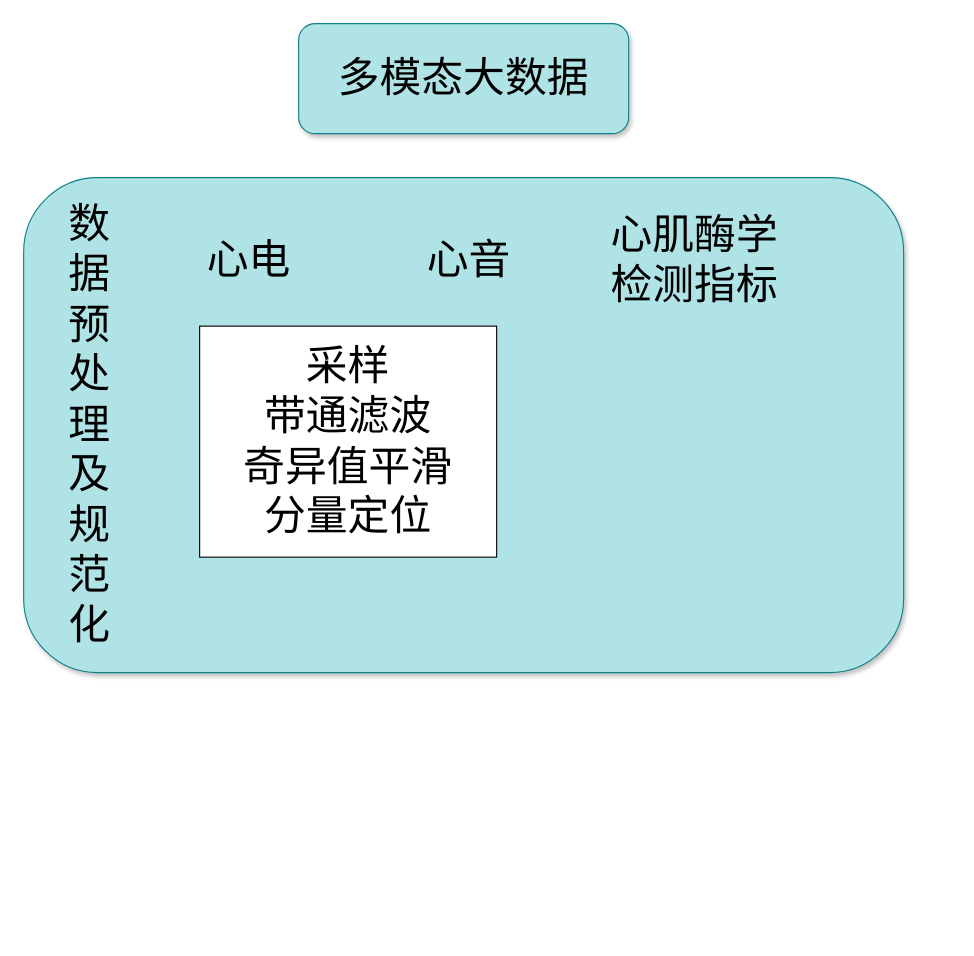
lhwjsj/Diagram keeps this draw.io diagram as 心梗前处理.drawio. Above is the earlier version. Source tidied: cells renumbered, new cells numbered last; positions are measured from the earlier drawing's top-left corner, leaving out a move shared by most shapes. Both pictures are drawn from the tidied source at 110%, with x=0, y=0 at pixel (23, 23).
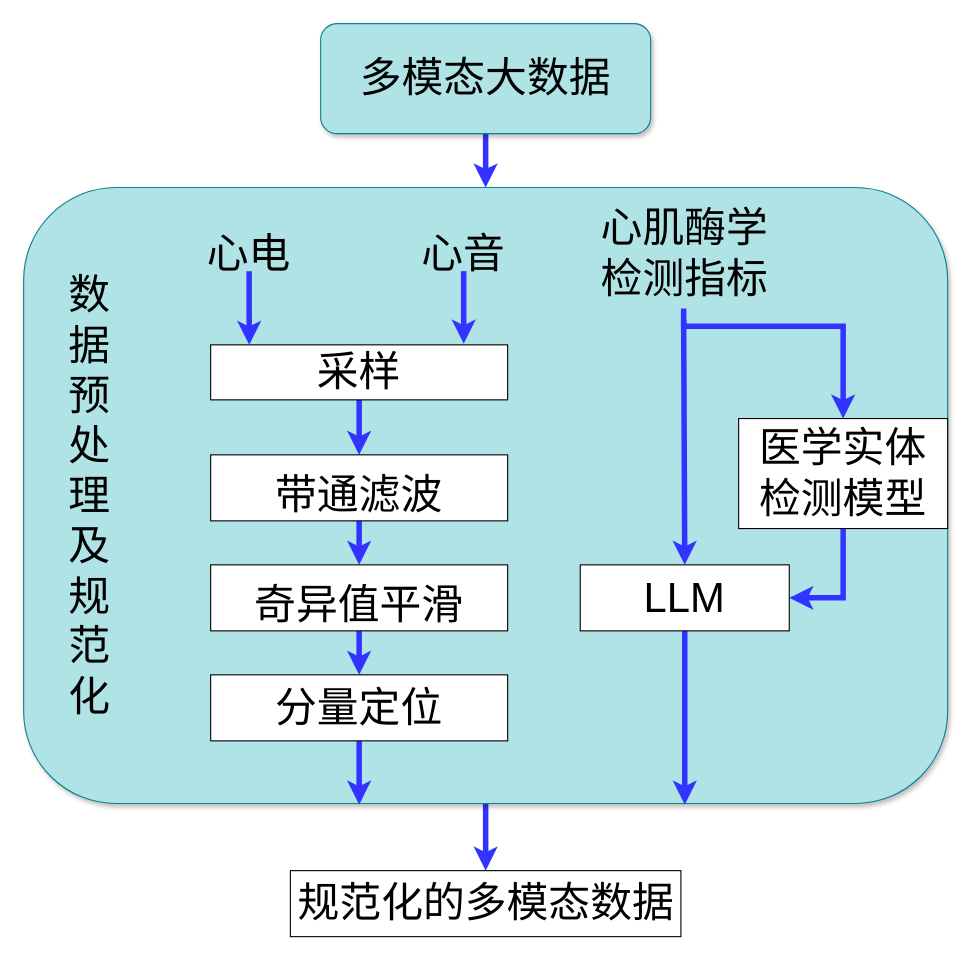
Above is the later version.

Commit message (it also covers changes not shown here):
更新心梗前处理.drawio

What changed in the source:
```diff
@@
+    <mxCell id="9" style="edgeStyle=orthogonalEdgeStyle;rounded=0;jettySize=auto;html=1;entryX=0.5;entryY=0;entryDx=0;entryDy=0;strokeWidth=5;strokeColor=#3333FF;" parent="1" edge="1" source="2" target="3">
+      <mxGeometry relative="1" as="geometry" />
+    </mxCell>
     <mxCell id="2" value="&lt;font style=&quot;font-size: 38px;&quot;&gt;多模态大数据&lt;/font&gt;" style="rounded=1;whiteSpace=wrap;html=1;shadow=1;fillColor=#b0e3e6;strokeColor=#0e8088;align=center;glass=0;" parent="1" vertex="1">
-      <mxGeometry x="250" width="300" height="100" as="geometry" />
+      <mxGeometry x="270" width="300" height="100" as="geometry" />
     </mxCell>
+    <mxCell id="10" style="edgeStyle=orthogonalEdgeStyle;rounded=0;jettySize=auto;html=1;entryX=0.5;entryY=0;entryDx=0;entryDy=0;strokeWidth=5;strokeColor=#3333FF;" parent="1" edge="1" source="3" target="27">
+      <mxGeometry relative="1" as="geometry" />
+    </mxCell>
     <mxCell id="3" style="rounded=1;whiteSpace=wrap;html=1;shadow=1;fillColor=#b0e3e6;strokeColor=#0e8088;align=center;glass=0;" parent="1" vertex="1">
-      <mxGeometry y="140" width="800" height="450" as="geometry" />
+      <mxGeometry y="149" width="840" height="560" as="geometry" />
     </mxCell>
     <mxCell id="4" value="&lt;font style=&quot;font-size: 38px;&quot;&gt;心电&lt;/font&gt;" style="text;html=1;align=center;verticalAlign=middle;whiteSpace=wrap;rounded=0;" parent="1" vertex="1">
-      <mxGeometry x="160" y="200" width="90" height="30" as="geometry" />
+      <mxGeometry x="160" y="195" width="90" height="30" as="geometry" />
     </mxCell>
     <mxCell id="5" value="&lt;font style=&quot;font-size: 38px;&quot;&gt;心音&lt;/font&gt;" style="text;html=1;align=center;verticalAlign=middle;whiteSpace=wrap;rounded=0;" parent="1" vertex="1">
-      <mxGeometry x="360" y="200" width="90" height="30" as="geometry" />
+      <mxGeometry x="355" y="195" width="90" height="30" as="geometry" />
     </mxCell>
+    <mxCell id="11" style="edgeStyle=orthogonalEdgeStyle;rounded=0;jettySize=auto;html=1;entryX=0.5;entryY=0;entryDx=0;entryDy=0;strokeWidth=5;strokeColor=#3333FF;" parent="1" edge="1" target="25">
+      <mxGeometry relative="1" as="geometry">
+        <mxPoint x="600" y="269" as="sourcePoint" />
+      </mxGeometry>
+    </mxCell>
     <mxCell id="6" value="&lt;font style=&quot;font-size: 38px;&quot;&gt;心肌酶学检测指标&lt;/font&gt;" style="text;html=1;align=center;verticalAlign=middle;whiteSpace=wrap;rounded=0;" parent="1" vertex="1">
-      <mxGeometry x="530" y="155" width="160" height="120" as="geometry" />
+      <mxGeometry x="521" y="149" width="160" height="120" as="geometry" />
     </mxCell>
-    <mxCell id="7" value="&lt;font style=&quot;font-size: 38px;&quot;&gt;采样&lt;/font&gt;&lt;div&gt;&lt;font style=&quot;font-size: 38px;&quot;&gt;带通滤波&lt;/font&gt;&lt;/div&gt;&lt;div&gt;&lt;font style=&quot;font-size: 38px;&quot;&gt;奇异值平滑&lt;/font&gt;&lt;/div&gt;&lt;div&gt;&lt;font style=&quot;font-size: 38px;&quot;&gt;分量定位&lt;/font&gt;&lt;/div&gt;" style="rounded=0;whiteSpace=wrap;html=1;" parent="1" vertex="1">
-      <mxGeometry x="160" y="275" width="270" height="210" as="geometry" />
-    </mxCell>
     <mxCell id="8" value="&lt;font face=&quot;Helvetica&quot; style=&quot;font-size: 38px;&quot;&gt;数据预处理及规范化&lt;/font&gt;" style="text;html=1;align=center;verticalAlign=middle;whiteSpace=wrap;rounded=0;" parent="1" vertex="1">
-      <mxGeometry x="30" y="165" width="60" height="400" as="geometry" />
+      <mxGeometry x="30" y="230" width="60" height="400" as="geometry" />
     </mxCell>
+    <mxCell id="12" style="edgeStyle=orthogonalEdgeStyle;rounded=0;jettySize=auto;html=1;entryX=0.5;entryY=0;entryDx=0;entryDy=0;strokeWidth=5;strokeColor=#3333FF;" parent="1" edge="1" source="13" target="15">
+      <mxGeometry relative="1" as="geometry" />
+    </mxCell>
+    <mxCell id="13" value="&lt;font style=&quot;font-size: 38px;&quot;&gt;采样&lt;/font&gt;" style="rounded=0;whiteSpace=wrap;html=1;" parent="1" vertex="1">
+      <mxGeometry x="170" y="292" width="270" height="50" as="geometry" />
+    </mxCell>
+    <mxCell id="14" style="edgeStyle=orthogonalEdgeStyle;rounded=0;jettySize=auto;html=1;entryX=0.5;entryY=0;entryDx=0;entryDy=0;strokeWidth=5;strokeColor=#3333FF;" parent="1" edge="1" source="15" target="17">
+      <mxGeometry relative="1" as="geometry" />
+    </mxCell>
+    <mxCell id="15" value="&lt;br&gt;&lt;div&gt;&lt;font style=&quot;font-size: 38px;&quot;&gt;带通滤波&lt;/font&gt;&lt;/div&gt;" style="rounded=0;whiteSpace=wrap;html=1;" parent="1" vertex="1">
+      <mxGeometry x="170" y="392" width="270" height="60" as="geometry" />
+    </mxCell>
+    <mxCell id="16" style="edgeStyle=orthogonalEdgeStyle;rounded=0;jettySize=auto;html=1;entryX=0.5;entryY=0;entryDx=0;entryDy=0;strokeWidth=5;strokeColor=#3333FF;" parent="1" edge="1" source="17" target="19">
+      <mxGeometry relative="1" as="geometry" />
+    </mxCell>
+    <mxCell id="17" value="&lt;br&gt;&lt;div&gt;&lt;font style=&quot;font-size: 38px;&quot;&gt;奇异值平滑&lt;/font&gt;&lt;/div&gt;" style="rounded=0;whiteSpace=wrap;html=1;" parent="1" vertex="1">
+      <mxGeometry x="170" y="492" width="270" height="60" as="geometry" />
+    </mxCell>
+    <mxCell id="18" style="edgeStyle=orthogonalEdgeStyle;rounded=0;jettySize=auto;html=1;strokeWidth=5;strokeColor=#3333FF;" parent="1" edge="1" source="19">
+      <mxGeometry relative="1" as="geometry">
+        <mxPoint x="305" y="710" as="targetPoint" />
+      </mxGeometry>
+    </mxCell>
+    <mxCell id="19" value="&lt;div&gt;&lt;font style=&quot;font-size: 38px;&quot;&gt;分量定位&lt;/font&gt;&lt;/div&gt;" style="rounded=0;whiteSpace=wrap;html=1;" parent="1" vertex="1">
+      <mxGeometry x="170" y="592" width="270" height="60" as="geometry" />
+    </mxCell>
+    <mxCell id="20" style="edgeStyle=orthogonalEdgeStyle;rounded=0;jettySize=auto;html=1;entryX=0.13;entryY=0;entryDx=0;entryDy=0;entryPerimeter=0;strokeWidth=5;strokeColor=#3333FF;" parent="1" edge="1" source="4" target="13">
+      <mxGeometry relative="1" as="geometry" />
+    </mxCell>
+    <mxCell id="21" style="edgeStyle=orthogonalEdgeStyle;rounded=0;jettySize=auto;html=1;entryX=0.852;entryY=-0.02;entryDx=0;entryDy=0;entryPerimeter=0;strokeWidth=5;strokeColor=#3333FF;" parent="1" edge="1" source="5" target="13">
+      <mxGeometry relative="1" as="geometry" />
+    </mxCell>
+    <mxCell id="22" style="edgeStyle=orthogonalEdgeStyle;rounded=0;jettySize=auto;html=1;entryX=1;entryY=0.5;entryDx=0;entryDy=0;strokeWidth=5;strokeColor=#3333FF;" parent="1" edge="1" source="23" target="25">
+      <mxGeometry relative="1" as="geometry" />
+    </mxCell>
+    <mxCell id="23" value="&lt;font style=&quot;font-size: 38px;&quot;&gt;医学实体检测模型&lt;/font&gt;" style="rounded=0;whiteSpace=wrap;html=1;" parent="1" vertex="1">
+      <mxGeometry x="650" y="359" width="190" height="100" as="geometry" />
+    </mxCell>
+    <mxCell id="24" style="edgeStyle=orthogonalEdgeStyle;rounded=0;jettySize=auto;html=1;strokeWidth=5;strokeColor=#3333FF;" parent="1" edge="1" source="25">
+      <mxGeometry relative="1" as="geometry">
+        <mxPoint x="601" y="710" as="targetPoint" />
+      </mxGeometry>
+    </mxCell>
+    <mxCell id="25" value="&lt;font style=&quot;font-size: 38px;&quot;&gt;LLM&lt;/font&gt;" style="rounded=0;whiteSpace=wrap;html=1;" parent="1" vertex="1">
+      <mxGeometry x="506" y="492" width="190" height="60" as="geometry" />
+    </mxCell>
+    <mxCell id="26" style="edgeStyle=orthogonalEdgeStyle;rounded=0;jettySize=auto;html=1;entryX=0.5;entryY=0;entryDx=0;entryDy=0;strokeWidth=5;strokeColor=#3333FF;" parent="1" edge="1" target="23">
+      <mxGeometry relative="1" as="geometry">
+        <mxPoint x="600" y="259" as="sourcePoint" />
+        <Array as="points">
+          <mxPoint x="600" y="275" />
+          <mxPoint x="745" y="275" />
+        </Array>
+      </mxGeometry>
+    </mxCell>
+    <mxCell id="27" value="&lt;div&gt;&lt;font style=&quot;font-size: 38px;&quot;&gt;规范化的多模态数据&lt;/font&gt;&lt;/div&gt;" style="rounded=0;whiteSpace=wrap;html=1;" parent="1" vertex="1">
+      <mxGeometry x="242.5" y="770" width="355" height="60" as="geometry" />
+    </mxCell>
```
